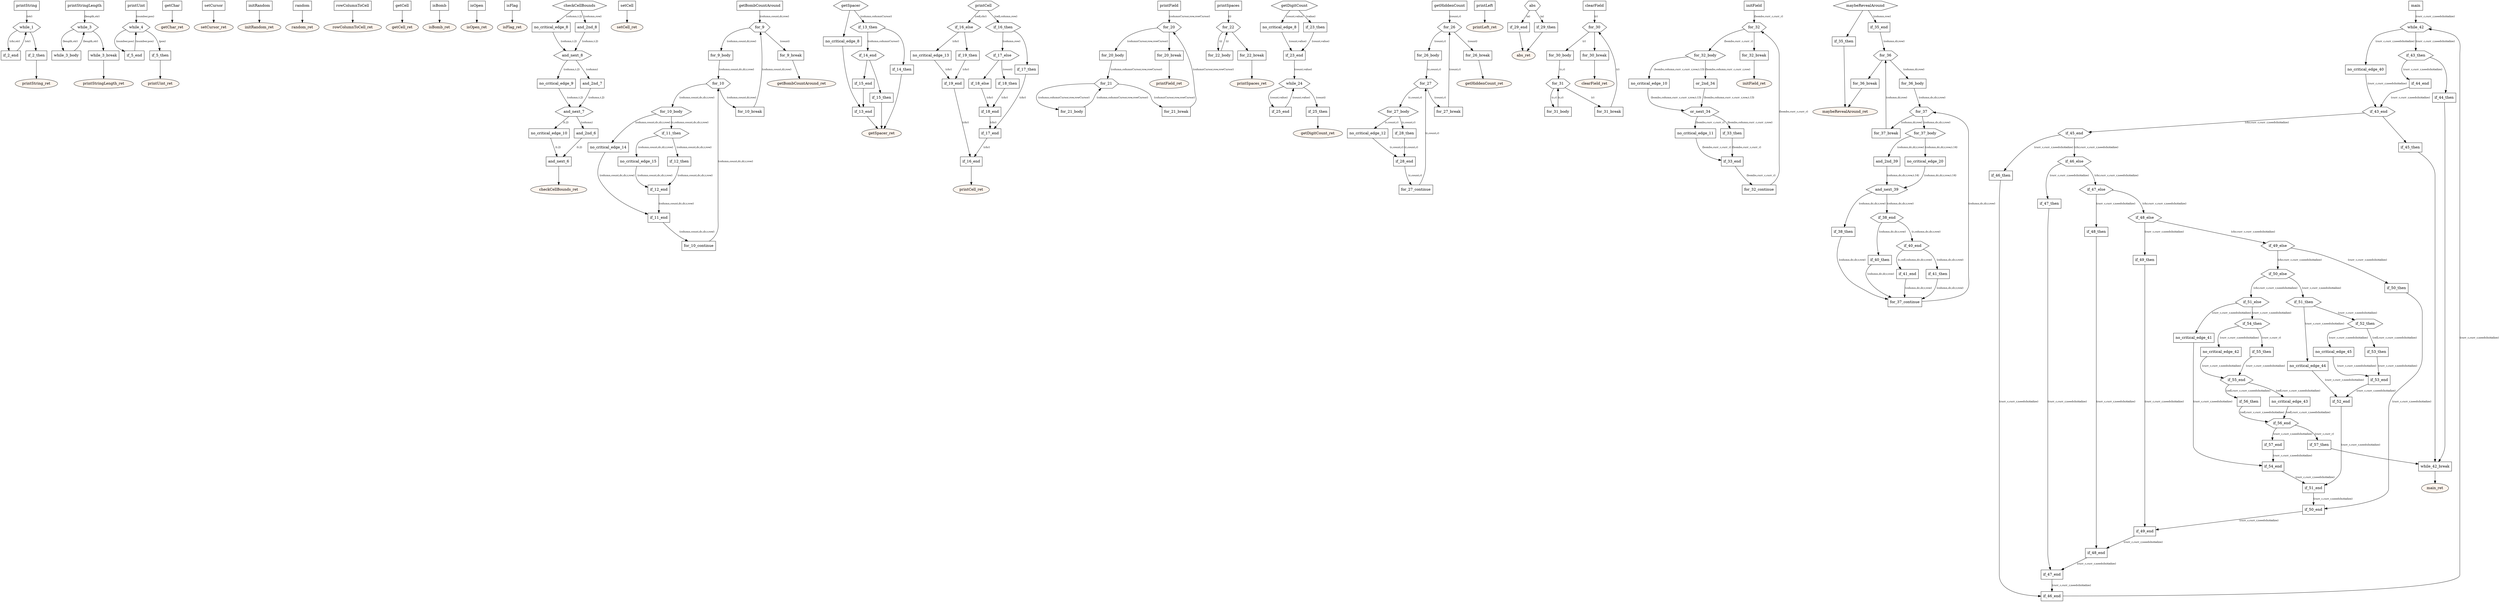
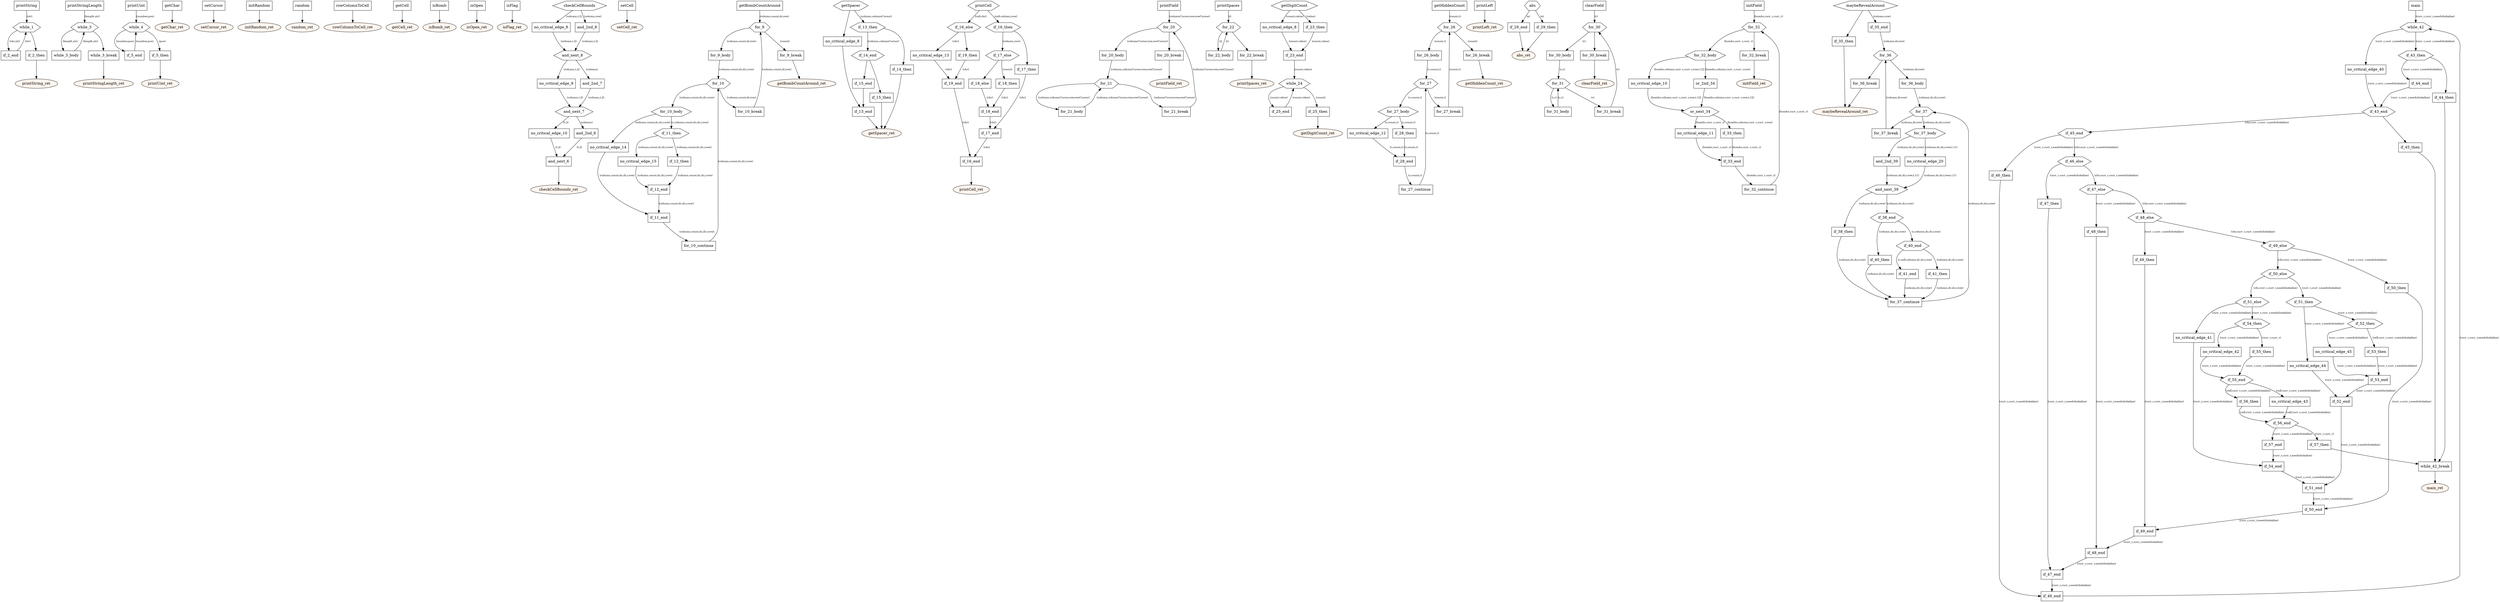
digraph program {
	edge[fontsize="10pt"];
	subgraph fn_printString {
		BasicBlock_0_printString [label="printString",shape=box];
		BasicBlock_0_printString -> BasicBlock_0_while_1 [label="(str)"];
		BasicBlock_0_if_2_end [label="if_2_end",shape=box];
		BasicBlock_0_if_2_end -> BasicBlock_0_while_1 [label="(str)"];
		BasicBlock_0_while_1 [label="while_1",shape=hexagon];
		BasicBlock_0_while_1 -> BasicBlock_0_if_2_end [label="(chr,str)"];
		BasicBlock_0_while_1 -> BasicBlock_0_if_2_then;
		BasicBlock_0_if_2_then [label="if_2_then",shape=box];
		BasicBlock_0_if_2_then -> BasicBlock_0_printString_ret;
		BasicBlock_0_printString_ret [label="printString_ret",shape=oval,style=filled,fillcolor="#fff5ee"];
	}
	subgraph fn_printStringLength {
		BasicBlock_1_printStringLength [label="printStringLength",shape=box];
		BasicBlock_1_printStringLength -> BasicBlock_1_while_3 [label="(length,str)"];
		BasicBlock_1_while_3_body [label="while_3_body",shape=box];
		BasicBlock_1_while_3_body -> BasicBlock_1_while_3 [label="(length,str)"];
		BasicBlock_1_while_3 [label="while_3",shape=hexagon];
		BasicBlock_1_while_3 -> BasicBlock_1_while_3_break;
		BasicBlock_1_while_3 -> BasicBlock_1_while_3_body [label="(length,str)"];
		BasicBlock_1_while_3_break [label="while_3_break",shape=box];
		BasicBlock_1_while_3_break -> BasicBlock_1_printStringLength_ret;
		BasicBlock_1_printStringLength_ret [label="printStringLength_ret",shape=oval,style=filled,fillcolor="#fff5ee"];
	}
	subgraph fn_printUint {
		BasicBlock_2_printUint [label="printUint",shape=box];
		BasicBlock_2_printUint -> BasicBlock_2_while_4 [label="(number,pos)"];
		BasicBlock_2_if_5_end [label="if_5_end",shape=box];
		BasicBlock_2_if_5_end -> BasicBlock_2_while_4 [label="(number,pos)"];
		BasicBlock_2_while_4 [label="while_4",shape=hexagon];
		BasicBlock_2_while_4 -> BasicBlock_2_if_5_end [label="(number,pos)"];
		BasicBlock_2_while_4 -> BasicBlock_2_if_5_then [label="(pos)"];
		BasicBlock_2_if_5_then [label="if_5_then",shape=box];
		BasicBlock_2_if_5_then -> BasicBlock_2_printUint_ret;
		BasicBlock_2_printUint_ret [label="printUint_ret",shape=oval,style=filled,fillcolor="#fff5ee"];
	}
	subgraph fn_getChar {
		BasicBlock_3_getChar [label="getChar",shape=box];
		BasicBlock_3_getChar -> BasicBlock_3_getChar_ret;
		BasicBlock_3_getChar_ret [label="getChar_ret",shape=oval,style=filled,fillcolor="#fff5ee"];
	}
	subgraph fn_setCursor {
		BasicBlock_4_setCursor [label="setCursor",shape=box];
		BasicBlock_4_setCursor -> BasicBlock_4_setCursor_ret;
		BasicBlock_4_setCursor_ret [label="setCursor_ret",shape=oval,style=filled,fillcolor="#fff5ee"];
	}
	subgraph fn_initRandom {
		BasicBlock_5_initRandom [label="initRandom",shape=box];
		BasicBlock_5_initRandom -> BasicBlock_5_initRandom_ret;
		BasicBlock_5_initRandom_ret [label="initRandom_ret",shape=oval,style=filled,fillcolor="#fff5ee"];
	}
	subgraph fn_random {
		BasicBlock_6_random [label="random",shape=box];
		BasicBlock_6_random -> BasicBlock_6_random_ret;
		BasicBlock_6_random_ret [label="random_ret",shape=oval,style=filled,fillcolor="#fff5ee"];
	}
	subgraph fn_rowColumnToCell {
		BasicBlock_7_rowColumnToCell [label="rowColumnToCell",shape=box];
		BasicBlock_7_rowColumnToCell -> BasicBlock_7_rowColumnToCell_ret;
		BasicBlock_7_rowColumnToCell_ret [label="rowColumnToCell_ret",shape=oval,style=filled,fillcolor="#fff5ee"];
	}
	subgraph fn_getCell {
		BasicBlock_8_getCell [label="getCell",shape=box];
		BasicBlock_8_getCell -> BasicBlock_8_getCell_ret;
		BasicBlock_8_getCell_ret [label="getCell_ret",shape=oval,style=filled,fillcolor="#fff5ee"];
	}
	subgraph fn_isBomb {
		BasicBlock_9_isBomb [label="isBomb",shape=box];
		BasicBlock_9_isBomb -> BasicBlock_9_isBomb_ret;
		BasicBlock_9_isBomb_ret [label="isBomb_ret",shape=oval,style=filled,fillcolor="#fff5ee"];
	}
	subgraph fn_isOpen {
		BasicBlock_10_isOpen [label="isOpen",shape=box];
		BasicBlock_10_isOpen -> BasicBlock_10_isOpen_ret;
		BasicBlock_10_isOpen_ret [label="isOpen_ret",shape=oval,style=filled,fillcolor="#fff5ee"];
	}
	subgraph fn_isFlag {
		BasicBlock_11_isFlag [label="isFlag",shape=box];
		BasicBlock_11_isFlag -> BasicBlock_11_isFlag_ret;
		BasicBlock_11_isFlag_ret [label="isFlag_ret",shape=oval,style=filled,fillcolor="#fff5ee"];
	}
	subgraph fn_checkCellBounds {
		BasicBlock_12_checkCellBounds [label="checkCellBounds",shape=hexagon];
		BasicBlock_12_checkCellBounds -> BasicBlock_12_no_critical_edge_8 [label="(column,t.2)"];
		BasicBlock_12_checkCellBounds -> BasicBlock_12_and_2nd_8 [label="(column,row)"];
		BasicBlock_12_no_critical_edge_8 [label="no_critical_edge_8",shape=box];
		BasicBlock_12_no_critical_edge_8 -> BasicBlock_12_and_next_8 [label="(column,t.2)"];
		BasicBlock_12_and_2nd_8 [label="and_2nd_8",shape=box];
		BasicBlock_12_and_2nd_8 -> BasicBlock_12_and_next_8 [label="(column,t.2)"];
		BasicBlock_12_and_next_8 [label="and_next_8",shape=hexagon];
		BasicBlock_12_and_next_8 -> BasicBlock_12_no_critical_edge_9 [label="(column,t.2)"];
		BasicBlock_12_and_next_8 -> BasicBlock_12_and_2nd_7 [label="(column)"];
		BasicBlock_12_no_critical_edge_9 [label="no_critical_edge_9",shape=box];
		BasicBlock_12_no_critical_edge_9 -> BasicBlock_12_and_next_7 [label="(column,t.2)"];
		BasicBlock_12_and_2nd_7 [label="and_2nd_7",shape=box];
		BasicBlock_12_and_2nd_7 -> BasicBlock_12_and_next_7 [label="(column,t.2)"];
		BasicBlock_12_and_next_7 [label="and_next_7",shape=hexagon];
		BasicBlock_12_and_next_7 -> BasicBlock_12_no_critical_edge_10 [label="(t.2)"];
		BasicBlock_12_and_next_7 -> BasicBlock_12_and_2nd_6 [label="(column)"];
		BasicBlock_12_no_critical_edge_10 [label="no_critical_edge_10",shape=box];
		BasicBlock_12_no_critical_edge_10 -> BasicBlock_12_and_next_6 [label="(t.2)"];
		BasicBlock_12_and_2nd_6 [label="and_2nd_6",shape=box];
		BasicBlock_12_and_2nd_6 -> BasicBlock_12_and_next_6 [label="(t.2)"];
		BasicBlock_12_and_next_6 [label="and_next_6",shape=box];
		BasicBlock_12_and_next_6 -> BasicBlock_12_checkCellBounds_ret;
		BasicBlock_12_checkCellBounds_ret [label="checkCellBounds_ret",shape=oval,style=filled,fillcolor="#fff5ee"];
	}
	subgraph fn_setCell {
		BasicBlock_13_setCell [label="setCell",shape=box];
		BasicBlock_13_setCell -> BasicBlock_13_setCell_ret;
		BasicBlock_13_setCell_ret [label="setCell_ret",shape=oval,style=filled,fillcolor="#fff5ee"];
	}
	subgraph fn_getBombCountAround {
		BasicBlock_14_getBombCountAround [label="getBombCountAround",shape=box];
		BasicBlock_14_getBombCountAround -> BasicBlock_14_for_9 [label="(column,count,dr,row)"];
		BasicBlock_14_for_9_body [label="for_9_body",shape=box];
		BasicBlock_14_for_9_body -> BasicBlock_14_for_10 [label="(column,count,dc,dr,r,row)"];
		BasicBlock_14_for_10_body [label="for_10_body",shape=hexagon];
		BasicBlock_14_for_10_body -> BasicBlock_14_no_critical_edge_14 [label="(column,count,dc,dr,r,row)"];
		BasicBlock_14_for_10_body -> BasicBlock_14_if_11_then [label="(c,column,count,dc,dr,r,row)"];
		BasicBlock_14_no_critical_edge_14 [label="no_critical_edge_14",shape=box];
		BasicBlock_14_no_critical_edge_14 -> BasicBlock_14_if_11_end [label="(column,count,dc,dr,r,row)"];
		BasicBlock_14_if_11_then [label="if_11_then",shape=hexagon];
		BasicBlock_14_if_11_then -> BasicBlock_14_no_critical_edge_15 [label="(column,count,dc,dr,r,row)"];
		BasicBlock_14_if_11_then -> BasicBlock_14_if_12_then [label="(column,count,dc,dr,r,row)"];
		BasicBlock_14_no_critical_edge_15 [label="no_critical_edge_15",shape=box];
		BasicBlock_14_no_critical_edge_15 -> BasicBlock_14_if_12_end [label="(column,count,dc,dr,r,row)"];
		BasicBlock_14_if_12_then [label="if_12_then",shape=box];
		BasicBlock_14_if_12_then -> BasicBlock_14_if_12_end [label="(column,count,dc,dr,r,row)"];
		BasicBlock_14_if_12_end [label="if_12_end",shape=box];
		BasicBlock_14_if_12_end -> BasicBlock_14_if_11_end [label="(column,count,dc,dr,r,row)"];
		BasicBlock_14_if_11_end [label="if_11_end",shape=box];
		BasicBlock_14_if_11_end -> BasicBlock_14_for_10_continue [label="(column,count,dc,dr,r,row)"];
		BasicBlock_14_for_10_continue [label="for_10_continue",shape=box];
		BasicBlock_14_for_10_continue -> BasicBlock_14_for_10 [label="(column,count,dc,dr,r,row)"];
		BasicBlock_14_for_10 [label="for_10",shape=hexagon];
		BasicBlock_14_for_10 -> BasicBlock_14_for_10_break [label="(column,count,dr,row)"];
		BasicBlock_14_for_10 -> BasicBlock_14_for_10_body [label="(column,count,dc,dr,r,row)"];
		BasicBlock_14_for_10_break [label="for_10_break",shape=box];
		BasicBlock_14_for_10_break -> BasicBlock_14_for_9 [label="(column,count,dr,row)"];
		BasicBlock_14_for_9 [label="for_9",shape=hexagon];
		BasicBlock_14_for_9 -> BasicBlock_14_for_9_break [label="(count)"];
		BasicBlock_14_for_9 -> BasicBlock_14_for_9_body [label="(column,count,dr,row)"];
		BasicBlock_14_for_9_break [label="for_9_break",shape=box];
		BasicBlock_14_for_9_break -> BasicBlock_14_getBombCountAround_ret;
		BasicBlock_14_getBombCountAround_ret [label="getBombCountAround_ret",shape=oval,style=filled,fillcolor="#fff5ee"];
	}
	subgraph fn_getSpacer {
		BasicBlock_15_getSpacer [label="getSpacer",shape=hexagon];
		BasicBlock_15_getSpacer -> BasicBlock_15_no_critical_edge_8;
		BasicBlock_15_getSpacer -> BasicBlock_15_if_13_then [label="(column,columnCursor)"];
		BasicBlock_15_no_critical_edge_8 [label="no_critical_edge_8",shape=box];
		BasicBlock_15_no_critical_edge_8 -> BasicBlock_15_if_13_end;
		BasicBlock_15_if_13_then [label="if_13_then",shape=hexagon];
		BasicBlock_15_if_13_then -> BasicBlock_15_if_14_end [label="(column,columnCursor)"];
		BasicBlock_15_if_13_then -> BasicBlock_15_if_14_then;
		BasicBlock_15_if_14_end [label="if_14_end",shape=hexagon];
		BasicBlock_15_if_14_end -> BasicBlock_15_if_15_end;
		BasicBlock_15_if_14_end -> BasicBlock_15_if_15_then;
		BasicBlock_15_if_14_then [label="if_14_then",shape=box];
		BasicBlock_15_if_14_then -> BasicBlock_15_getSpacer_ret;
		BasicBlock_15_if_15_end [label="if_15_end",shape=box];
		BasicBlock_15_if_15_end -> BasicBlock_15_if_13_end;
		BasicBlock_15_if_15_then [label="if_15_then",shape=box];
		BasicBlock_15_if_15_then -> BasicBlock_15_getSpacer_ret;
		BasicBlock_15_if_13_end [label="if_13_end",shape=box];
		BasicBlock_15_if_13_end -> BasicBlock_15_getSpacer_ret;
		BasicBlock_15_getSpacer_ret [label="getSpacer_ret",shape=oval,style=filled,fillcolor="#fff5ee"];
	}
	subgraph fn_printCell {
		BasicBlock_16_printCell [label="printCell",shape=hexagon];
		BasicBlock_16_printCell -> BasicBlock_16_if_16_else [label="(cell,chr)"];
		BasicBlock_16_printCell -> BasicBlock_16_if_16_then [label="(cell,column,row)"];
		BasicBlock_16_if_16_else [label="if_16_else",shape=hexagon];
		BasicBlock_16_if_16_else -> BasicBlock_16_no_critical_edge_13 [label="(chr)"];
		BasicBlock_16_if_16_else -> BasicBlock_16_if_19_then;
		BasicBlock_16_if_16_then [label="if_16_then",shape=hexagon];
		BasicBlock_16_if_16_then -> BasicBlock_16_if_17_else [label="(column,row)"];
		BasicBlock_16_if_16_then -> BasicBlock_16_if_17_then;
		BasicBlock_16_no_critical_edge_13 [label="no_critical_edge_13",shape=box];
		BasicBlock_16_no_critical_edge_13 -> BasicBlock_16_if_19_end [label="(chr)"];
		BasicBlock_16_if_19_then [label="if_19_then",shape=box];
		BasicBlock_16_if_19_then -> BasicBlock_16_if_19_end [label="(chr)"];
		BasicBlock_16_if_17_else [label="if_17_else",shape=hexagon];
		BasicBlock_16_if_17_else -> BasicBlock_16_if_18_else;
		BasicBlock_16_if_17_else -> BasicBlock_16_if_18_then [label="(count)"];
		BasicBlock_16_if_17_then [label="if_17_then",shape=box];
		BasicBlock_16_if_17_then -> BasicBlock_16_if_17_end [label="(chr)"];
		BasicBlock_16_if_19_end [label="if_19_end",shape=box];
		BasicBlock_16_if_19_end -> BasicBlock_16_if_16_end [label="(chr)"];
		BasicBlock_16_if_18_else [label="if_18_else",shape=box];
		BasicBlock_16_if_18_else -> BasicBlock_16_if_18_end [label="(chr)"];
		BasicBlock_16_if_18_then [label="if_18_then",shape=box];
		BasicBlock_16_if_18_then -> BasicBlock_16_if_18_end [label="(chr)"];
		BasicBlock_16_if_18_end [label="if_18_end",shape=box];
		BasicBlock_16_if_18_end -> BasicBlock_16_if_17_end [label="(chr)"];
		BasicBlock_16_if_17_end [label="if_17_end",shape=box];
		BasicBlock_16_if_17_end -> BasicBlock_16_if_16_end [label="(chr)"];
		BasicBlock_16_if_16_end [label="if_16_end",shape=box];
		BasicBlock_16_if_16_end -> BasicBlock_16_printCell_ret;
		BasicBlock_16_printCell_ret [label="printCell_ret",shape=oval,style=filled,fillcolor="#fff5ee"];
	}
	subgraph fn_printField {
		BasicBlock_17_printField [label="printField",shape=box];
		BasicBlock_17_printField -> BasicBlock_17_for_20 [label="(columnCursor,row,rowCursor)"];
		BasicBlock_17_for_20_body [label="for_20_body",shape=box];
		BasicBlock_17_for_20_body -> BasicBlock_17_for_21 [label="(column,columnCursor,row,rowCursor)"];
		BasicBlock_17_for_21_body [label="for_21_body",shape=box];
		BasicBlock_17_for_21_body -> BasicBlock_17_for_21 [label="(column,columnCursor,row,rowCursor)"];
		BasicBlock_17_for_21 [label="for_21",shape=hexagon];
		BasicBlock_17_for_21 -> BasicBlock_17_for_21_break [label="(columnCursor,row,rowCursor)"];
		BasicBlock_17_for_21 -> BasicBlock_17_for_21_body [label="(column,columnCursor,row,rowCursor)"];
		BasicBlock_17_for_21_break [label="for_21_break",shape=box];
		BasicBlock_17_for_21_break -> BasicBlock_17_for_20 [label="(columnCursor,row,rowCursor)"];
		BasicBlock_17_for_20 [label="for_20",shape=hexagon];
		BasicBlock_17_for_20 -> BasicBlock_17_for_20_break;
		BasicBlock_17_for_20 -> BasicBlock_17_for_20_body [label="(columnCursor,row,rowCursor)"];
		BasicBlock_17_for_20_break [label="for_20_break",shape=box];
		BasicBlock_17_for_20_break -> BasicBlock_17_printField_ret;
		BasicBlock_17_printField_ret [label="printField_ret",shape=oval,style=filled,fillcolor="#fff5ee"];
	}
	subgraph fn_printSpaces {
		BasicBlock_18_printSpaces [label="printSpaces",shape=box];
		BasicBlock_18_printSpaces -> BasicBlock_18_for_22 [label="(i)"];
		BasicBlock_18_for_22_body [label="for_22_body",shape=box];
		BasicBlock_18_for_22_body -> BasicBlock_18_for_22 [label="(i)"];
		BasicBlock_18_for_22 [label="for_22",shape=hexagon];
		BasicBlock_18_for_22 -> BasicBlock_18_for_22_break;
		BasicBlock_18_for_22 -> BasicBlock_18_for_22_body [label="(i)"];
		BasicBlock_18_for_22_break [label="for_22_break",shape=box];
		BasicBlock_18_for_22_break -> BasicBlock_18_printSpaces_ret;
		BasicBlock_18_printSpaces_ret [label="printSpaces_ret",shape=oval,style=filled,fillcolor="#fff5ee"];
	}
	subgraph fn_getDigitCount {
		BasicBlock_19_getDigitCount [label="getDigitCount",shape=hexagon];
		BasicBlock_19_getDigitCount -> BasicBlock_19_no_critical_edge_8 [label="(count,value)"];
		BasicBlock_19_getDigitCount -> BasicBlock_19_if_23_then [label="(value)"];
		BasicBlock_19_no_critical_edge_8 [label="no_critical_edge_8",shape=box];
		BasicBlock_19_no_critical_edge_8 -> BasicBlock_19_if_23_end [label="(count,value)"];
		BasicBlock_19_if_23_then [label="if_23_then",shape=box];
		BasicBlock_19_if_23_then -> BasicBlock_19_if_23_end [label="(count,value)"];
		BasicBlock_19_if_23_end [label="if_23_end",shape=box];
		BasicBlock_19_if_23_end -> BasicBlock_19_while_24 [label="(count,value)"];
		BasicBlock_19_if_25_end [label="if_25_end",shape=box];
		BasicBlock_19_if_25_end -> BasicBlock_19_while_24 [label="(count,value)"];
		BasicBlock_19_while_24 [label="while_24",shape=hexagon];
		BasicBlock_19_while_24 -> BasicBlock_19_if_25_end [label="(count,value)"];
		BasicBlock_19_while_24 -> BasicBlock_19_if_25_then [label="(count)"];
		BasicBlock_19_if_25_then [label="if_25_then",shape=box];
		BasicBlock_19_if_25_then -> BasicBlock_19_getDigitCount_ret;
		BasicBlock_19_getDigitCount_ret [label="getDigitCount_ret",shape=oval,style=filled,fillcolor="#fff5ee"];
	}
	subgraph fn_getHiddenCount {
		BasicBlock_20_getHiddenCount [label="getHiddenCount",shape=box];
		BasicBlock_20_getHiddenCount -> BasicBlock_20_for_26 [label="(count,r)"];
		BasicBlock_20_for_26_body [label="for_26_body",shape=box];
		BasicBlock_20_for_26_body -> BasicBlock_20_for_27 [label="(c,count,r)"];
		BasicBlock_20_for_27_body [label="for_27_body",shape=hexagon];
		BasicBlock_20_for_27_body -> BasicBlock_20_no_critical_edge_12 [label="(c,count,r)"];
		BasicBlock_20_for_27_body -> BasicBlock_20_if_28_then [label="(c,count,r)"];
		BasicBlock_20_no_critical_edge_12 [label="no_critical_edge_12",shape=box];
		BasicBlock_20_no_critical_edge_12 -> BasicBlock_20_if_28_end [label="(c,count,r)"];
		BasicBlock_20_if_28_then [label="if_28_then",shape=box];
		BasicBlock_20_if_28_then -> BasicBlock_20_if_28_end [label="(c,count,r)"];
		BasicBlock_20_if_28_end [label="if_28_end",shape=box];
		BasicBlock_20_if_28_end -> BasicBlock_20_for_27_continue [label="(c,count,r)"];
		BasicBlock_20_for_27_continue [label="for_27_continue",shape=box];
		BasicBlock_20_for_27_continue -> BasicBlock_20_for_27 [label="(c,count,r)"];
		BasicBlock_20_for_27 [label="for_27",shape=hexagon];
		BasicBlock_20_for_27 -> BasicBlock_20_for_27_break [label="(count,r)"];
		BasicBlock_20_for_27 -> BasicBlock_20_for_27_body [label="(c,count,r)"];
		BasicBlock_20_for_27_break [label="for_27_break",shape=box];
		BasicBlock_20_for_27_break -> BasicBlock_20_for_26 [label="(count,r)"];
		BasicBlock_20_for_26 [label="for_26",shape=hexagon];
		BasicBlock_20_for_26 -> BasicBlock_20_for_26_break [label="(count)"];
		BasicBlock_20_for_26 -> BasicBlock_20_for_26_body [label="(count,r)"];
		BasicBlock_20_for_26_break [label="for_26_break",shape=box];
		BasicBlock_20_for_26_break -> BasicBlock_20_getHiddenCount_ret;
		BasicBlock_20_getHiddenCount_ret [label="getHiddenCount_ret",shape=oval,style=filled,fillcolor="#fff5ee"];
	}
	subgraph fn_printLeft {
		BasicBlock_21_printLeft [label="printLeft",shape=box];
		BasicBlock_21_printLeft -> BasicBlock_21_printLeft_ret;
		BasicBlock_21_printLeft_ret [label="printLeft_ret",shape=oval,style=filled,fillcolor="#fff5ee"];
	}
	subgraph fn_abs {
		BasicBlock_22_abs [label="abs",shape=hexagon];
		BasicBlock_22_abs -> BasicBlock_22_if_29_end [label="(a)"];
		BasicBlock_22_abs -> BasicBlock_22_if_29_then [label="(a)"];
		BasicBlock_22_if_29_end [label="if_29_end",shape=box];
		BasicBlock_22_if_29_end -> BasicBlock_22_abs_ret;
		BasicBlock_22_if_29_then [label="if_29_then",shape=box];
		BasicBlock_22_if_29_then -> BasicBlock_22_abs_ret;
		BasicBlock_22_abs_ret [label="abs_ret",shape=oval,style=filled,fillcolor="#fff5ee"];
	}
	subgraph fn_clearField {
		BasicBlock_23_clearField [label="clearField",shape=box];
		BasicBlock_23_clearField -> BasicBlock_23_for_30 [label="(r)"];
		BasicBlock_23_for_30_body [label="for_30_body",shape=box];
		BasicBlock_23_for_30_body -> BasicBlock_23_for_31 [label="(c,r)"];
		BasicBlock_23_for_31_body [label="for_31_body",shape=box];
		BasicBlock_23_for_31_body -> BasicBlock_23_for_31 [label="(c,r)"];
		BasicBlock_23_for_31 [label="for_31",shape=hexagon];
		BasicBlock_23_for_31 -> BasicBlock_23_for_31_break [label="(r)"];
		BasicBlock_23_for_31 -> BasicBlock_23_for_31_body [label="(c,r)"];
		BasicBlock_23_for_31_break [label="for_31_break",shape=box];
		BasicBlock_23_for_31_break -> BasicBlock_23_for_30 [label="(r)"];
		BasicBlock_23_for_30 [label="for_30",shape=hexagon];
		BasicBlock_23_for_30 -> BasicBlock_23_for_30_break;
		BasicBlock_23_for_30 -> BasicBlock_23_for_30_body [label="(r)"];
		BasicBlock_23_for_30_break [label="for_30_break",shape=box];
		BasicBlock_23_for_30_break -> BasicBlock_23_clearField_ret;
		BasicBlock_23_clearField_ret [label="clearField_ret",shape=oval,style=filled,fillcolor="#fff5ee"];
	}
	subgraph fn_initField {
		BasicBlock_24_initField [label="initField",shape=box];
		BasicBlock_24_initField -> BasicBlock_24_for_32 [label="(bombs,curr_c,curr_r)"];
		BasicBlock_24_for_32_body [label="for_32_body",shape=hexagon];
- 		BasicBlock_24_for_32_body -> BasicBlock_24_no_critical_edge_10 [label="(bombs,column,curr_c,curr_r,row,t.13)"];
+ 		BasicBlock_24_for_32_body -> BasicBlock_24_no_critical_edge_10 [label="(bombs,column,curr_c,curr_r,row,t.12)"];
		BasicBlock_24_for_32_body -> BasicBlock_24_or_2nd_34 [label="(bombs,column,curr_c,curr_r,row)"];
		BasicBlock_24_no_critical_edge_10 [label="no_critical_edge_10",shape=box];
- 		BasicBlock_24_no_critical_edge_10 -> BasicBlock_24_or_next_34 [label="(bombs,column,curr_c,curr_r,row,t.13)"];
+ 		BasicBlock_24_no_critical_edge_10 -> BasicBlock_24_or_next_34 [label="(bombs,column,curr_c,curr_r,row,t.12)"];
		BasicBlock_24_or_2nd_34 [label="or_2nd_34",shape=box];
- 		BasicBlock_24_or_2nd_34 -> BasicBlock_24_or_next_34 [label="(bombs,column,curr_c,curr_r,row,t.13)"];
+ 		BasicBlock_24_or_2nd_34 -> BasicBlock_24_or_next_34 [label="(bombs,column,curr_c,curr_r,row,t.12)"];
		BasicBlock_24_or_next_34 [label="or_next_34",shape=hexagon];
		BasicBlock_24_or_next_34 -> BasicBlock_24_no_critical_edge_11 [label="(bombs,curr_c,curr_r)"];
		BasicBlock_24_or_next_34 -> BasicBlock_24_if_33_then [label="(bombs,column,curr_c,curr_r,row)"];
		BasicBlock_24_no_critical_edge_11 [label="no_critical_edge_11",shape=box];
		BasicBlock_24_no_critical_edge_11 -> BasicBlock_24_if_33_end [label="(bombs,curr_c,curr_r)"];
		BasicBlock_24_if_33_then [label="if_33_then",shape=box];
		BasicBlock_24_if_33_then -> BasicBlock_24_if_33_end [label="(bombs,curr_c,curr_r)"];
		BasicBlock_24_if_33_end [label="if_33_end",shape=box];
		BasicBlock_24_if_33_end -> BasicBlock_24_for_32_continue [label="(bombs,curr_c,curr_r)"];
		BasicBlock_24_for_32_continue [label="for_32_continue",shape=box];
		BasicBlock_24_for_32_continue -> BasicBlock_24_for_32 [label="(bombs,curr_c,curr_r)"];
		BasicBlock_24_for_32 [label="for_32",shape=hexagon];
		BasicBlock_24_for_32 -> BasicBlock_24_for_32_break;
		BasicBlock_24_for_32 -> BasicBlock_24_for_32_body [label="(bombs,curr_c,curr_r)"];
		BasicBlock_24_for_32_break [label="for_32_break",shape=box];
		BasicBlock_24_for_32_break -> BasicBlock_24_initField_ret;
		BasicBlock_24_initField_ret [label="initField_ret",shape=oval,style=filled,fillcolor="#fff5ee"];
	}
	subgraph fn_maybeRevealAround {
		BasicBlock_25_maybeRevealAround [label="maybeRevealAround",shape=hexagon];
		BasicBlock_25_maybeRevealAround -> BasicBlock_25_if_35_end [label="(column,row)"];
		BasicBlock_25_maybeRevealAround -> BasicBlock_25_if_35_then;
		BasicBlock_25_if_35_end [label="if_35_end",shape=box];
		BasicBlock_25_if_35_end -> BasicBlock_25_for_36 [label="(column,dr,row)"];
		BasicBlock_25_for_36_body [label="for_36_body",shape=box];
		BasicBlock_25_for_36_body -> BasicBlock_25_for_37 [label="(column,dc,dr,r,row)"];
		BasicBlock_25_for_37_body [label="for_37_body",shape=hexagon];
- 		BasicBlock_25_for_37_body -> BasicBlock_25_no_critical_edge_20 [label="(column,dc,dr,r,row,t.14)"];
+ 		BasicBlock_25_for_37_body -> BasicBlock_25_no_critical_edge_20 [label="(column,dc,dr,r,row,t.11)"];
		BasicBlock_25_for_37_body -> BasicBlock_25_and_2nd_39 [label="(column,dc,dr,r,row)"];
		BasicBlock_25_no_critical_edge_20 [label="no_critical_edge_20",shape=box];
- 		BasicBlock_25_no_critical_edge_20 -> BasicBlock_25_and_next_39 [label="(column,dc,dr,r,row,t.14)"];
+ 		BasicBlock_25_no_critical_edge_20 -> BasicBlock_25_and_next_39 [label="(column,dc,dr,r,row,t.11)"];
		BasicBlock_25_and_2nd_39 [label="and_2nd_39",shape=box];
- 		BasicBlock_25_and_2nd_39 -> BasicBlock_25_and_next_39 [label="(column,dc,dr,r,row,t.14)"];
+ 		BasicBlock_25_and_2nd_39 -> BasicBlock_25_and_next_39 [label="(column,dc,dr,r,row,t.11)"];
		BasicBlock_25_and_next_39 [label="and_next_39",shape=hexagon];
		BasicBlock_25_and_next_39 -> BasicBlock_25_if_38_end [label="(column,dc,dr,r,row)"];
		BasicBlock_25_and_next_39 -> BasicBlock_25_if_38_then [label="(column,dc,dr,r,row)"];
		BasicBlock_25_if_38_end [label="if_38_end",shape=hexagon];
		BasicBlock_25_if_38_end -> BasicBlock_25_if_40_end [label="(c,column,dc,dr,r,row)"];
		BasicBlock_25_if_38_end -> BasicBlock_25_if_40_then [label="(column,dc,dr,r,row)"];
		BasicBlock_25_if_38_then [label="if_38_then",shape=box];
		BasicBlock_25_if_38_then -> BasicBlock_25_for_37_continue [label="(column,dc,dr,r,row)"];
		BasicBlock_25_if_40_end [label="if_40_end",shape=hexagon];
		BasicBlock_25_if_40_end -> BasicBlock_25_if_41_end [label="(c,cell,column,dc,dr,r,row)"];
		BasicBlock_25_if_40_end -> BasicBlock_25_if_41_then [label="(column,dc,dr,r,row)"];
		BasicBlock_25_if_40_then [label="if_40_then",shape=box];
		BasicBlock_25_if_40_then -> BasicBlock_25_for_37_continue [label="(column,dc,dr,r,row)"];
		BasicBlock_25_if_41_end [label="if_41_end",shape=box];
		BasicBlock_25_if_41_end -> BasicBlock_25_for_37_continue [label="(column,dc,dr,r,row)"];
		BasicBlock_25_if_41_then [label="if_41_then",shape=box];
		BasicBlock_25_if_41_then -> BasicBlock_25_for_37_continue [label="(column,dc,dr,r,row)"];
		BasicBlock_25_for_37_continue [label="for_37_continue",shape=box];
		BasicBlock_25_for_37_continue -> BasicBlock_25_for_37 [label="(column,dc,dr,r,row)"];
		BasicBlock_25_for_37 [label="for_37",shape=hexagon];
		BasicBlock_25_for_37 -> BasicBlock_25_for_37_break [label="(column,dr,row)"];
		BasicBlock_25_for_37 -> BasicBlock_25_for_37_body [label="(column,dc,dr,r,row)"];
		BasicBlock_25_for_37_break [label="for_37_break",shape=box];
		BasicBlock_25_for_37_break -> BasicBlock_25_for_36 [label="(column,dr,row)"];
		BasicBlock_25_if_35_then [label="if_35_then",shape=box];
		BasicBlock_25_if_35_then -> BasicBlock_25_maybeRevealAround_ret;
		BasicBlock_25_for_36 [label="for_36",shape=hexagon];
		BasicBlock_25_for_36 -> BasicBlock_25_for_36_break;
		BasicBlock_25_for_36 -> BasicBlock_25_for_36_body [label="(column,dr,row)"];
		BasicBlock_25_for_36_break [label="for_36_break",shape=box];
		BasicBlock_25_for_36_break -> BasicBlock_25_maybeRevealAround_ret;
		BasicBlock_25_maybeRevealAround_ret [label="maybeRevealAround_ret",shape=oval,style=filled,fillcolor="#fff5ee"];
	}
	subgraph fn_main {
		BasicBlock_26_main [label="main",shape=box];
		BasicBlock_26_main -> BasicBlock_26_while_42 [label="(curr_c,curr_r,needsInitialize)"];
		BasicBlock_26_no_critical_edge_40 [label="no_critical_edge_40",shape=box];
		BasicBlock_26_no_critical_edge_40 -> BasicBlock_26_if_43_end [label="(curr_c,curr_r,needsInitialize)"];
		BasicBlock_26_if_43_then [label="if_43_then",shape=hexagon];
		BasicBlock_26_if_43_then -> BasicBlock_26_if_44_end [label="(curr_c,curr_r,needsInitialize)"];
		BasicBlock_26_if_43_then -> BasicBlock_26_if_44_then;
		BasicBlock_26_if_44_end [label="if_44_end",shape=box];
		BasicBlock_26_if_44_end -> BasicBlock_26_if_43_end [label="(curr_c,curr_r,needsInitialize)"];
		BasicBlock_26_if_43_end [label="if_43_end",shape=hexagon];
		BasicBlock_26_if_43_end -> BasicBlock_26_if_45_end [label="(chr,curr_c,curr_r,needsInitialize)"];
		BasicBlock_26_if_43_end -> BasicBlock_26_if_45_then;
		BasicBlock_26_if_45_end [label="if_45_end",shape=hexagon];
		BasicBlock_26_if_45_end -> BasicBlock_26_if_46_else [label="(chr,curr_c,curr_r,needsInitialize)"];
		BasicBlock_26_if_45_end -> BasicBlock_26_if_46_then [label="(curr_c,curr_r,needsInitialize)"];
		BasicBlock_26_if_46_else [label="if_46_else",shape=hexagon];
		BasicBlock_26_if_46_else -> BasicBlock_26_if_47_else [label="(chr,curr_c,curr_r,needsInitialize)"];
		BasicBlock_26_if_46_else -> BasicBlock_26_if_47_then [label="(curr_c,curr_r,needsInitialize)"];
		BasicBlock_26_if_46_then [label="if_46_then",shape=box];
		BasicBlock_26_if_46_then -> BasicBlock_26_if_46_end [label="(curr_c,curr_r,needsInitialize)"];
		BasicBlock_26_if_47_else [label="if_47_else",shape=hexagon];
		BasicBlock_26_if_47_else -> BasicBlock_26_if_48_else [label="(chr,curr_c,curr_r,needsInitialize)"];
		BasicBlock_26_if_47_else -> BasicBlock_26_if_48_then [label="(curr_c,curr_r,needsInitialize)"];
		BasicBlock_26_if_47_then [label="if_47_then",shape=box];
		BasicBlock_26_if_47_then -> BasicBlock_26_if_47_end [label="(curr_c,curr_r,needsInitialize)"];
		BasicBlock_26_if_48_else [label="if_48_else",shape=hexagon];
		BasicBlock_26_if_48_else -> BasicBlock_26_if_49_else [label="(chr,curr_c,curr_r,needsInitialize)"];
		BasicBlock_26_if_48_else -> BasicBlock_26_if_49_then [label="(curr_c,curr_r,needsInitialize)"];
		BasicBlock_26_if_48_then [label="if_48_then",shape=box];
		BasicBlock_26_if_48_then -> BasicBlock_26_if_48_end [label="(curr_c,curr_r,needsInitialize)"];
		BasicBlock_26_if_49_else [label="if_49_else",shape=hexagon];
		BasicBlock_26_if_49_else -> BasicBlock_26_if_50_else [label="(chr,curr_c,curr_r,needsInitialize)"];
		BasicBlock_26_if_49_else -> BasicBlock_26_if_50_then [label="(curr_c,curr_r,needsInitialize)"];
		BasicBlock_26_if_49_then [label="if_49_then",shape=box];
		BasicBlock_26_if_49_then -> BasicBlock_26_if_49_end [label="(curr_c,curr_r,needsInitialize)"];
		BasicBlock_26_if_50_else [label="if_50_else",shape=hexagon];
		BasicBlock_26_if_50_else -> BasicBlock_26_if_51_else [label="(chr,curr_c,curr_r,needsInitialize)"];
		BasicBlock_26_if_50_else -> BasicBlock_26_if_51_then [label="(curr_c,curr_r,needsInitialize)"];
		BasicBlock_26_if_50_then [label="if_50_then",shape=box];
		BasicBlock_26_if_50_then -> BasicBlock_26_if_50_end [label="(curr_c,curr_r,needsInitialize)"];
		BasicBlock_26_if_51_else [label="if_51_else",shape=hexagon];
		BasicBlock_26_if_51_else -> BasicBlock_26_no_critical_edge_41 [label="(curr_c,curr_r,needsInitialize)"];
		BasicBlock_26_if_51_else -> BasicBlock_26_if_54_then [label="(curr_c,curr_r,needsInitialize)"];
		BasicBlock_26_if_51_then [label="if_51_then",shape=hexagon];
		BasicBlock_26_if_51_then -> BasicBlock_26_no_critical_edge_44 [label="(curr_c,curr_r,needsInitialize)"];
		BasicBlock_26_if_51_then -> BasicBlock_26_if_52_then [label="(curr_c,curr_r,needsInitialize)"];
		BasicBlock_26_no_critical_edge_41 [label="no_critical_edge_41",shape=box];
		BasicBlock_26_no_critical_edge_41 -> BasicBlock_26_if_54_end [label="(curr_c,curr_r,needsInitialize)"];
		BasicBlock_26_if_54_then [label="if_54_then",shape=hexagon];
		BasicBlock_26_if_54_then -> BasicBlock_26_no_critical_edge_42 [label="(curr_c,curr_r,needsInitialize)"];
		BasicBlock_26_if_54_then -> BasicBlock_26_if_55_then [label="(curr_c,curr_r)"];
		BasicBlock_26_no_critical_edge_44 [label="no_critical_edge_44",shape=box];
		BasicBlock_26_no_critical_edge_44 -> BasicBlock_26_if_52_end [label="(curr_c,curr_r,needsInitialize)"];
		BasicBlock_26_if_52_then [label="if_52_then",shape=hexagon];
		BasicBlock_26_if_52_then -> BasicBlock_26_no_critical_edge_45 [label="(curr_c,curr_r,needsInitialize)"];
		BasicBlock_26_if_52_then -> BasicBlock_26_if_53_then [label="(cell,curr_c,curr_r,needsInitialize)"];
		BasicBlock_26_no_critical_edge_42 [label="no_critical_edge_42",shape=box];
		BasicBlock_26_no_critical_edge_42 -> BasicBlock_26_if_55_end [label="(curr_c,curr_r,needsInitialize)"];
		BasicBlock_26_if_55_then [label="if_55_then",shape=box];
		BasicBlock_26_if_55_then -> BasicBlock_26_if_55_end [label="(curr_c,curr_r,needsInitialize)"];
		BasicBlock_26_no_critical_edge_45 [label="no_critical_edge_45",shape=box];
		BasicBlock_26_no_critical_edge_45 -> BasicBlock_26_if_53_end [label="(curr_c,curr_r,needsInitialize)"];
		BasicBlock_26_if_53_then [label="if_53_then",shape=box];
		BasicBlock_26_if_53_then -> BasicBlock_26_if_53_end [label="(curr_c,curr_r,needsInitialize)"];
		BasicBlock_26_if_55_end [label="if_55_end",shape=hexagon];
		BasicBlock_26_if_55_end -> BasicBlock_26_no_critical_edge_43 [label="(cell,curr_c,curr_r,needsInitialize)"];
		BasicBlock_26_if_55_end -> BasicBlock_26_if_56_then [label="(cell,curr_c,curr_r,needsInitialize)"];
		BasicBlock_26_if_53_end [label="if_53_end",shape=box];
		BasicBlock_26_if_53_end -> BasicBlock_26_if_52_end [label="(curr_c,curr_r,needsInitialize)"];
		BasicBlock_26_no_critical_edge_43 [label="no_critical_edge_43",shape=box];
		BasicBlock_26_no_critical_edge_43 -> BasicBlock_26_if_56_end [label="(cell,curr_c,curr_r,needsInitialize)"];
		BasicBlock_26_if_56_then [label="if_56_then",shape=box];
		BasicBlock_26_if_56_then -> BasicBlock_26_if_56_end [label="(cell,curr_c,curr_r,needsInitialize)"];
		BasicBlock_26_if_52_end [label="if_52_end",shape=box];
		BasicBlock_26_if_52_end -> BasicBlock_26_if_51_end [label="(curr_c,curr_r,needsInitialize)"];
		BasicBlock_26_if_56_end [label="if_56_end",shape=hexagon];
		BasicBlock_26_if_56_end -> BasicBlock_26_if_57_end [label="(curr_c,curr_r,needsInitialize)"];
		BasicBlock_26_if_56_end -> BasicBlock_26_if_57_then [label="(curr_c,curr_r)"];
		BasicBlock_26_if_57_end [label="if_57_end",shape=box];
		BasicBlock_26_if_57_end -> BasicBlock_26_if_54_end [label="(curr_c,curr_r,needsInitialize)"];
		BasicBlock_26_if_54_end [label="if_54_end",shape=box];
		BasicBlock_26_if_54_end -> BasicBlock_26_if_51_end [label="(curr_c,curr_r,needsInitialize)"];
		BasicBlock_26_if_51_end [label="if_51_end",shape=box];
		BasicBlock_26_if_51_end -> BasicBlock_26_if_50_end [label="(curr_c,curr_r,needsInitialize)"];
		BasicBlock_26_if_50_end [label="if_50_end",shape=box];
		BasicBlock_26_if_50_end -> BasicBlock_26_if_49_end [label="(curr_c,curr_r,needsInitialize)"];
		BasicBlock_26_if_49_end [label="if_49_end",shape=box];
		BasicBlock_26_if_49_end -> BasicBlock_26_if_48_end [label="(curr_c,curr_r,needsInitialize)"];
		BasicBlock_26_if_48_end [label="if_48_end",shape=box];
		BasicBlock_26_if_48_end -> BasicBlock_26_if_47_end [label="(curr_c,curr_r,needsInitialize)"];
		BasicBlock_26_if_47_end [label="if_47_end",shape=box];
		BasicBlock_26_if_47_end -> BasicBlock_26_if_46_end [label="(curr_c,curr_r,needsInitialize)"];
		BasicBlock_26_if_46_end [label="if_46_end",shape=box];
		BasicBlock_26_if_46_end -> BasicBlock_26_while_42 [label="(curr_c,curr_r,needsInitialize)"];
		BasicBlock_26_while_42 [label="while_42",shape=hexagon];
		BasicBlock_26_while_42 -> BasicBlock_26_no_critical_edge_40 [label="(curr_c,curr_r,needsInitialize)"];
		BasicBlock_26_while_42 -> BasicBlock_26_if_43_then [label="(curr_c,curr_r,needsInitialize)"];
		BasicBlock_26_if_44_then [label="if_44_then",shape=box];
		BasicBlock_26_if_44_then -> BasicBlock_26_while_42_break;
		BasicBlock_26_if_45_then [label="if_45_then",shape=box];
		BasicBlock_26_if_45_then -> BasicBlock_26_while_42_break;
		BasicBlock_26_if_57_then [label="if_57_then",shape=box];
		BasicBlock_26_if_57_then -> BasicBlock_26_while_42_break;
		BasicBlock_26_while_42_break [label="while_42_break",shape=box];
		BasicBlock_26_while_42_break -> BasicBlock_26_main_ret;
		BasicBlock_26_main_ret [label="main_ret",shape=oval,style=filled,fillcolor="#fff5ee"];
	}
}
